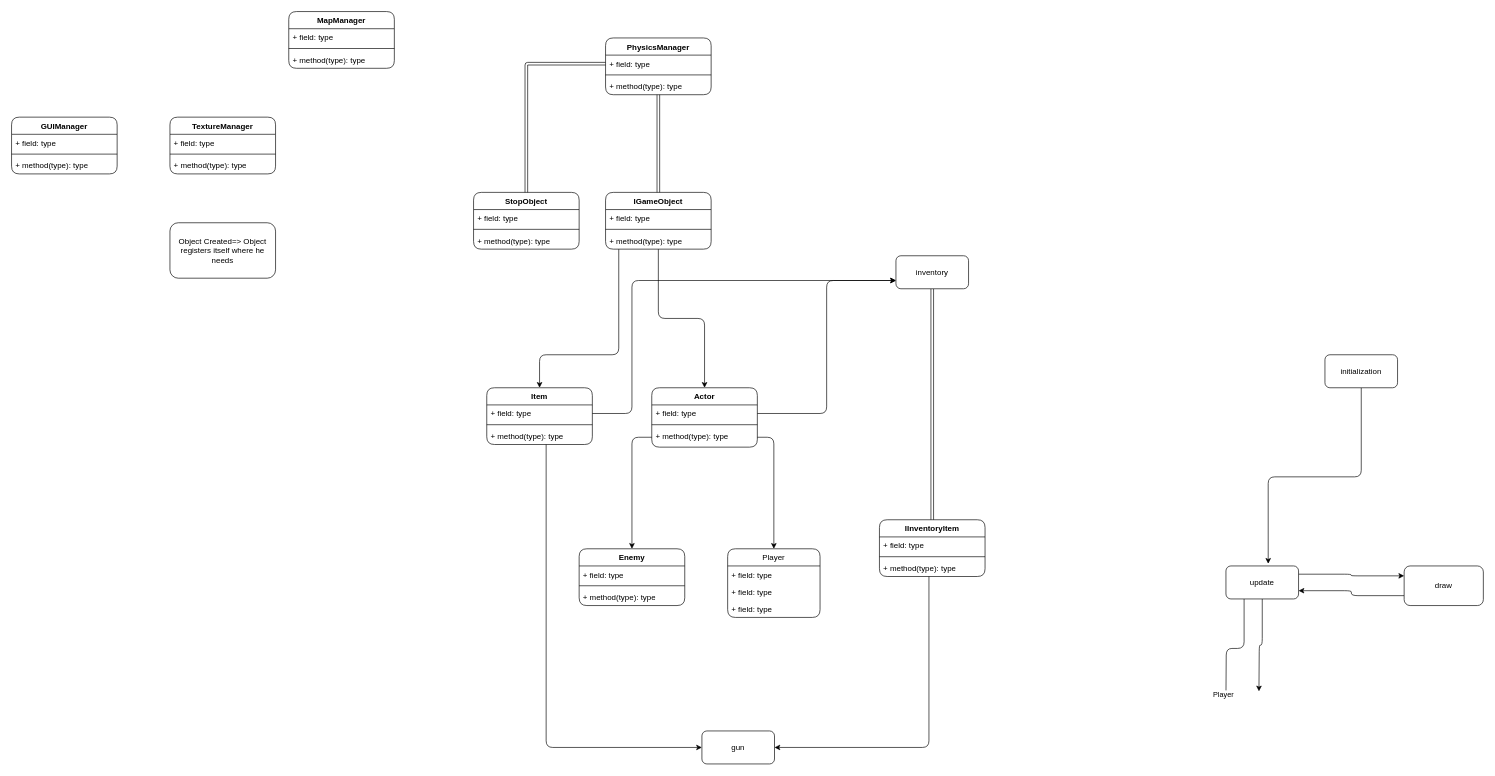
This is Hackaton_2023.drawio from progtime-net/drawIOPlan, a draw.io file, before an edit. Source tidied: cells renumbered, new cells numbered last; positions are measured from the earlier drawing's top-left corner, leaving out a move shared by most shapes. Both pictures are drawn from the tidied source at 66%, with x=0, y=0 at pixel (11, 11).
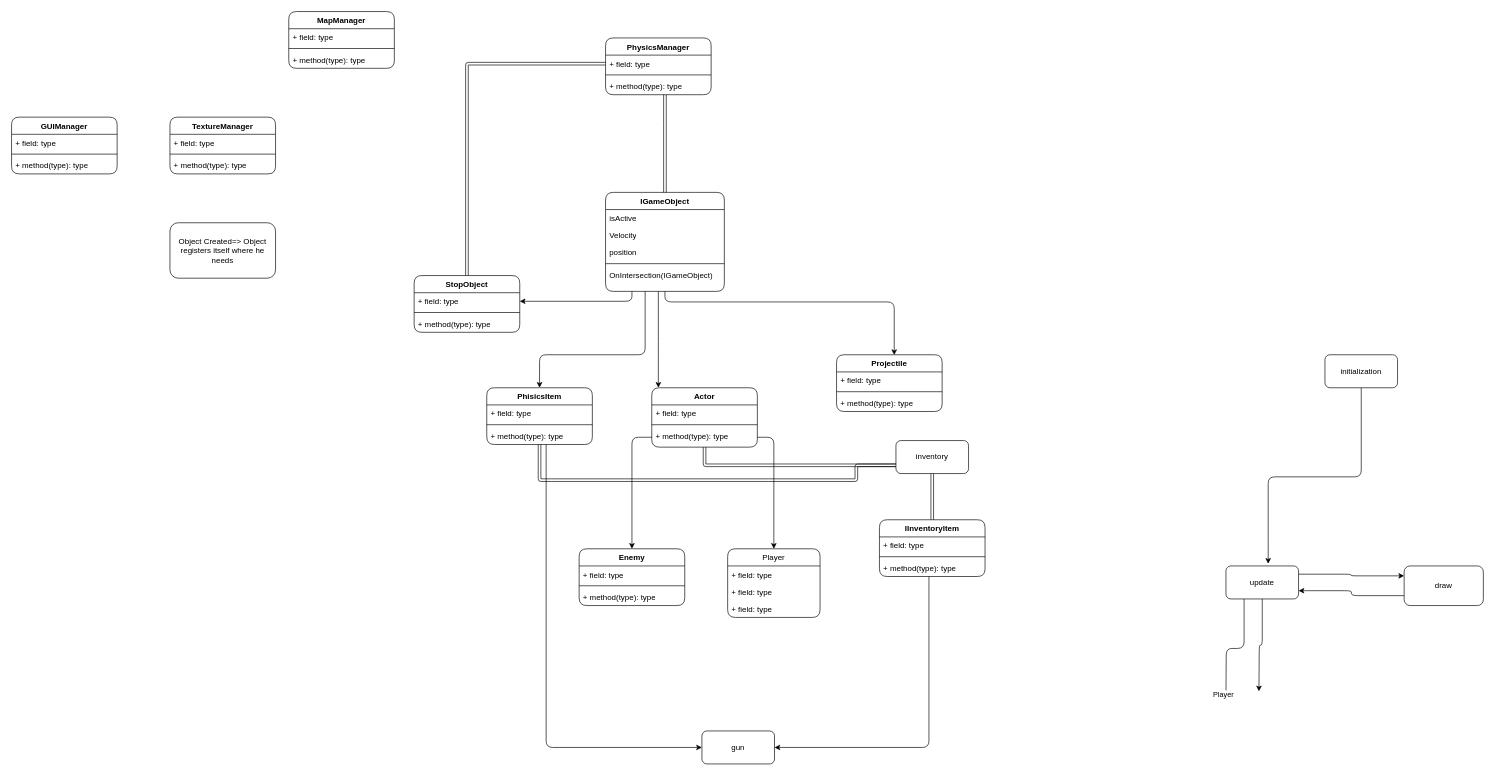
Above is the later version.

The change refers to these unchanged cells:
```xml
<mxCell id="11" value="Actor" style="swimlane;fontStyle=1;align=center;verticalAlign=top;horizontal=1;startSize=26;whiteSpace=wrap;html=1;rounded=1;" parent="1" vertex="1">
  <mxGeometry x="970" y="570" width="160" height="90" as="geometry" />
</mxCell>
<mxCell id="12" value="+ field: type" style="text;strokeColor=none;fillColor=none;align=left;verticalAlign=top;spacingLeft=4;spacingRight=4;overflow=hidden;points=[[0,0.5],[1,0.5]];portConstraint=eastwest;whiteSpace=wrap;html=1;rounded=1;" parent="11" vertex="1">
  <mxGeometry y="26" width="160" height="26" as="geometry" />
</mxCell>
<mxCell id="43" value="PhysicsManager" style="swimlane;fontStyle=1;align=center;verticalAlign=top;horizontal=1;startSize=26;whiteSpace=wrap;html=1;rounded=1;" parent="1" vertex="1">
  <mxGeometry x="900" y="40" width="160" height="86" as="geometry" />
</mxCell>
<mxCell id="49" value="+ field: type" style="text;strokeColor=none;fillColor=none;align=left;verticalAlign=top;spacingLeft=4;spacingRight=4;overflow=hidden;points=[[0,0.5],[1,0.5]];portConstraint=eastwest;whiteSpace=wrap;html=1;rounded=1;" parent="48" vertex="1">
  <mxGeometry y="26" width="160" height="26" as="geometry" />
</mxCell>
<mxCell id="54" value="+ field: type" style="text;strokeColor=none;fillColor=none;align=left;verticalAlign=top;spacingLeft=4;spacingRight=4;overflow=hidden;points=[[0,0.5],[1,0.5]];portConstraint=eastwest;whiteSpace=wrap;html=1;rounded=1;" parent="53" vertex="1">
  <mxGeometry y="26" width="160" height="26" as="geometry" />
</mxCell>
```

Diff of the diagram source:
```diff
@@
     <mxCell id="37" style="edgeStyle=orthogonalEdgeStyle;rounded=1;jettySize=auto;html=1;" parent="1" edge="1" source="38" target="11">
       <mxGeometry relative="1" as="geometry">
         <Array as="points">
-          <mxPoint x="980" y="465" />
-          <mxPoint x="1050" y="465" />
+          <mxPoint x="980" y="510" />
+          <mxPoint x="980" y="510" />
         </Array>
       </mxGeometry>
     </mxCell>
+    <mxCell id="69" style="edgeStyle=orthogonalEdgeStyle;rounded=1;jettySize=auto;html=1;entryX=1;entryY=0.5;entryDx=0;entryDy=0;" parent="1" edge="1" source="38" target="54">
+      <mxGeometry relative="1" as="geometry">
+        <Array as="points">
+          <mxPoint x="940" y="439" />
+        </Array>
+      </mxGeometry>
+    </mxCell>
+    <mxCell id="70" style="edgeStyle=orthogonalEdgeStyle;rounded=1;jettySize=auto;html=1;entryX=0.546;entryY=0.006;entryDx=0;entryDy=0;entryPerimeter=0;" parent="1" edge="1" source="38" target="73">
+      <mxGeometry relative="1" as="geometry">
+        <Array as="points">
+          <mxPoint x="990" y="440" />
+          <mxPoint x="1337" y="440" />
+        </Array>
+      </mxGeometry>
+    </mxCell>
     <mxCell id="38" value="IGameObject" style="swimlane;fontStyle=1;align=center;verticalAlign=top;horizontal=1;startSize=26;whiteSpace=wrap;html=1;rounded=1;" parent="1" vertex="1">
-      <mxGeometry x="900" y="274" width="160" height="86" as="geometry" />
+      <mxGeometry x="900" y="274" width="180" height="150" as="geometry" />
     </mxCell>
-    <mxCell id="39" value="+ field: type" style="text;strokeColor=none;fillColor=none;align=left;verticalAlign=top;spacingLeft=4;spacingRight=4;overflow=hidden;whiteSpace=wrap;html=1;rounded=1;" parent="38" vertex="1">
-      <mxGeometry y="26" width="160" height="26" as="geometry" />
+    <mxCell id="39" value="isActive" style="text;strokeColor=none;fillColor=none;align=left;verticalAlign=top;spacingLeft=4;spacingRight=4;overflow=hidden;whiteSpace=wrap;html=1;rounded=1;" parent="38" vertex="1">
+      <mxGeometry y="26" width="180" height="26" as="geometry" />
     </mxCell>
+    <mxCell id="71" value="Velocity" style="text;strokeColor=none;fillColor=none;align=left;verticalAlign=top;spacingLeft=4;spacingRight=4;overflow=hidden;whiteSpace=wrap;html=1;rounded=1;" parent="38" vertex="1">
+      <mxGeometry y="52" width="180" height="26" as="geometry" />
+    </mxCell>
+    <mxCell id="72" value="position" style="text;strokeColor=none;fillColor=none;align=left;verticalAlign=top;spacingLeft=4;spacingRight=4;overflow=hidden;whiteSpace=wrap;html=1;rounded=1;" parent="38" vertex="1">
+      <mxGeometry y="78" width="180" height="26" as="geometry" />
+    </mxCell>
     <mxCell id="40" style="line;strokeWidth=1;fillColor=none;align=left;verticalAlign=middle;spacingTop=-1;spacingLeft=3;spacingRight=3;labelPosition=right;strokeColor=inherit;rounded=1;" parent="38" vertex="1">
-      <mxGeometry y="52" width="160" height="8" as="geometry" />
+      <mxGeometry y="104" width="180" height="8" as="geometry" />
     </mxCell>
-    <mxCell id="41" value="+ method(type): type" style="text;strokeColor=none;fillColor=none;align=left;verticalAlign=top;spacingLeft=4;spacingRight=4;overflow=hidden;points=[[0,0.5],[1,0.5]];portConstraint=eastwest;whiteSpace=wrap;html=1;rounded=1;" parent="38" vertex="1">
-      <mxGeometry y="60" width="160" height="26" as="geometry" />
+    <mxCell id="41" value="OnIntersection(IGameObject)" style="text;strokeColor=none;fillColor=none;align=left;verticalAlign=top;spacingLeft=4;spacingRight=4;overflow=hidden;points=[[0,0.5],[1,0.5]];portConstraint=eastwest;whiteSpace=wrap;html=1;rounded=1;" parent="38" vertex="1">
+      <mxGeometry y="112" width="180" height="38" as="geometry" />
     </mxCell>
     <mxCell id="42" style="edgeStyle=orthogonalEdgeStyle;rounded=1;jettySize=auto;html=1;shape=link;" parent="1" edge="1" source="43" target="38">
-      <mxGeometry relative="1" as="geometry" />
+      <mxGeometry relative="1" as="geometry">
+        <Array as="points">
+          <mxPoint x="990" y="170" />
+          <mxPoint x="990" y="170" />
+        </Array>
+      </mxGeometry>
     </mxCell>
@@
-    <mxCell id="48" value="Item" style="swimlane;fontStyle=1;align=center;verticalAlign=top;horizontal=1;startSize=26;whiteSpace=wrap;html=1;rounded=1;" parent="1" vertex="1">
+    <mxCell id="48" value="PhisicsItem" style="swimlane;fontStyle=1;align=center;verticalAlign=top;horizontal=1;startSize=26;whiteSpace=wrap;html=1;rounded=1;" parent="1" vertex="1">
       <mxGeometry x="720" y="570" width="160" height="86" as="geometry" />
     </mxCell>
@@
     <mxCell id="52" style="edgeStyle=orthogonalEdgeStyle;rounded=1;jettySize=auto;html=1;entryX=0.5;entryY=0;entryDx=0;entryDy=0;" parent="1" edge="1" source="41" target="48">
       <mxGeometry relative="1" as="geometry">
         <Array as="points">
-          <mxPoint x="920" y="520" />
+          <mxPoint x="960" y="520" />
           <mxPoint x="800" y="520" />
         </Array>
       </mxGeometry>
     </mxCell>
     <mxCell id="53" value="StopObject" style="swimlane;fontStyle=1;align=center;verticalAlign=top;horizontal=1;startSize=26;whiteSpace=wrap;html=1;rounded=1;" parent="1" vertex="1">
-      <mxGeometry x="700" y="274" width="160" height="86" as="geometry" />
+      <mxGeometry x="610" y="400" width="160" height="86" as="geometry" />
     </mxCell>
@@
     <mxCell id="64" value="inventory" style="html=1;whiteSpace=wrap;rounded=1;" parent="1" vertex="1">
-      <mxGeometry x="1340" y="370" width="110" height="50" as="geometry" />
+      <mxGeometry x="1340" y="650" width="110" height="50" as="geometry" />
     </mxCell>
-    <mxCell id="65" style="edgeStyle=orthogonalEdgeStyle;rounded=1;jettySize=auto;html=1;entryX=0;entryY=0.75;entryDx=0;entryDy=0;" parent="1" edge="1" source="49" target="64">
+    <mxCell id="65" style="edgeStyle=orthogonalEdgeStyle;rounded=1;jettySize=auto;html=1;entryX=0;entryY=0.75;entryDx=0;entryDy=0;shape=link;" parent="1" edge="1" source="48" target="64">
       <mxGeometry relative="1" as="geometry">
         <Array as="points">
-          <mxPoint x="940" y="609" />
-          <mxPoint x="940" y="408" />
+          <mxPoint x="800" y="710" />
+          <mxPoint x="1280" y="710" />
+          <mxPoint x="1280" y="688" />
         </Array>
       </mxGeometry>
     </mxCell>
-    <mxCell id="66" style="edgeStyle=orthogonalEdgeStyle;rounded=1;jettySize=auto;html=1;entryX=0;entryY=0.75;entryDx=0;entryDy=0;" parent="1" edge="1" source="12" target="64">
-      <mxGeometry relative="1" as="geometry" />
+    <mxCell id="66" style="edgeStyle=orthogonalEdgeStyle;rounded=1;jettySize=auto;html=1;entryX=0;entryY=0.75;entryDx=0;entryDy=0;shape=link;" parent="1" edge="1" source="11" target="64">
+      <mxGeometry relative="1" as="geometry">
+        <Array as="points">
+          <mxPoint x="1050" y="688" />
+        </Array>
+      </mxGeometry>
     </mxCell>
@@
+    <mxCell id="73" value="Projectile" style="swimlane;fontStyle=1;align=center;verticalAlign=top;horizontal=1;startSize=26;whiteSpace=wrap;html=1;rounded=1;" parent="1" vertex="1">
+      <mxGeometry x="1250" y="520" width="160" height="86" as="geometry" />
+    </mxCell>
+    <mxCell id="74" value="+ field: type" style="text;strokeColor=none;fillColor=none;align=left;verticalAlign=top;spacingLeft=4;spacingRight=4;overflow=hidden;whiteSpace=wrap;html=1;" parent="73" vertex="1">
+      <mxGeometry y="26" width="160" height="26" as="geometry" />
+    </mxCell>
+    <mxCell id="75" style="line;strokeWidth=1;fillColor=none;align=left;verticalAlign=middle;spacingTop=-1;spacingLeft=3;spacingRight=3;labelPosition=right;strokeColor=inherit;rounded=1;" parent="73" vertex="1">
+      <mxGeometry y="52" width="160" height="8" as="geometry" />
+    </mxCell>
+    <mxCell id="76" value="+ method(type): type" style="text;strokeColor=none;fillColor=none;align=left;verticalAlign=top;spacingLeft=4;spacingRight=4;overflow=hidden;whiteSpace=wrap;html=1;" parent="73" vertex="1">
+      <mxGeometry y="60" width="160" height="26" as="geometry" />
+    </mxCell>
```
